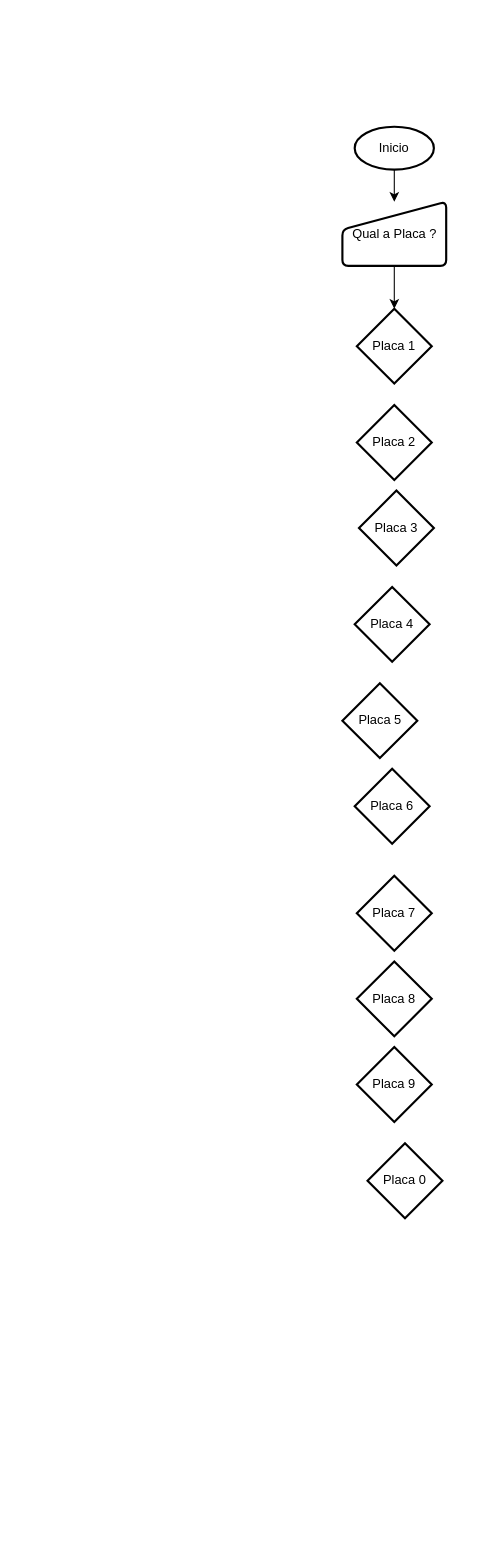
Before: Diagrama sem nome.drawio in ersafra/EadetecDS2023, a draw.io diagram. Source tidied: cells renumbered, new cells numbered last; positions are measured from the earlier drawing's top-left corner, leaving out a move shared by most shapes. Both pictures are drawn from the tidied source at 107%, with x=0, y=0 at pixel (341, 126).
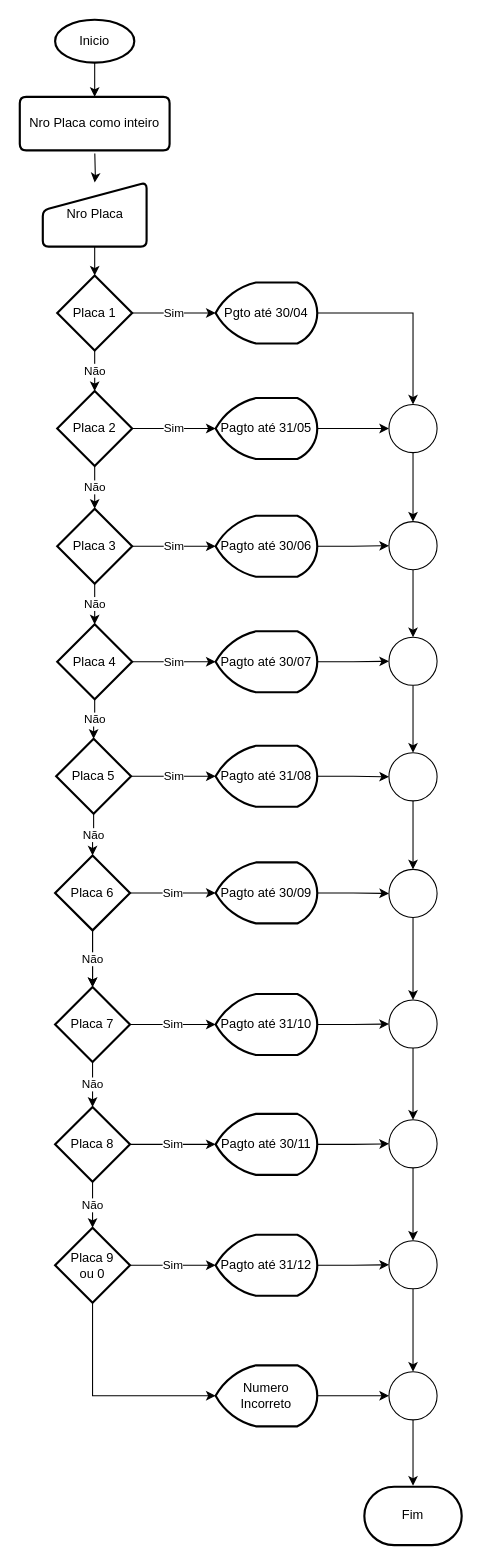
The same page after the edit.

The edit, as a diff of the source:
```diff
@@
-    <mxCell id="2" style="edgeStyle=orthogonalEdgeStyle;rounded=0;jettySize=auto;html=1;" parent="1" edge="1" source="3" target="5">
-      <mxGeometry relative="1" as="geometry" />
-    </mxCell>
+    <mxCell id="16" style="edgeStyle=orthogonalEdgeStyle;rounded=0;jettySize=auto;html=1;" parent="1" edge="1" source="3" target="75">
+      <mxGeometry relative="1" as="geometry" />
+    </mxCell>
     <mxCell id="3" value="Inicio" style="strokeWidth=2;html=1;shape=mxgraph.flowchart.start_1;whiteSpace=wrap;" parent="1" vertex="1">
-      <mxGeometry x="12" width="74" height="40" as="geometry" />
+      <mxGeometry x="-268" y="-100" width="74" height="40" as="geometry" />
     </mxCell>
@@
-    <mxCell id="5" value="Qual a Placa ?" style="html=1;strokeWidth=2;shape=manualInput;whiteSpace=wrap;rounded=1;size=26;arcSize=11;" parent="1" vertex="1">
-      <mxGeometry x="0.5" y="70" width="97" height="60" as="geometry" />
+    <mxCell id="5" value="Nro Placa" style="html=1;strokeWidth=2;shape=manualInput;whiteSpace=wrap;rounded=1;size=26;arcSize=11;" parent="1" vertex="1">
+      <mxGeometry x="-279.5" y="52" width="97" height="60" as="geometry" />
     </mxCell>
+    <mxCell id="17" value="Não" style="edgeStyle=orthogonalEdgeStyle;rounded=0;jettySize=auto;html=1;" parent="1" edge="1" source="7" target="8">
+      <mxGeometry relative="1" as="geometry" />
+    </mxCell>
+    <mxCell id="18" value="Sim" style="edgeStyle=orthogonalEdgeStyle;rounded=0;jettySize=auto;html=1;" parent="1" edge="1" source="6" target="37">
+      <mxGeometry relative="1" as="geometry" />
+    </mxCell>
     <mxCell id="6" value="Placa 1" style="strokeWidth=2;html=1;shape=mxgraph.flowchart.decision;whiteSpace=wrap;" parent="1" vertex="1">
-      <mxGeometry x="14" y="170" width="70" height="70" as="geometry" />
+      <mxGeometry x="-266" y="139" width="70" height="70" as="geometry" />
     </mxCell>
+    <mxCell id="19" value="Não" style="edgeStyle=orthogonalEdgeStyle;rounded=0;jettySize=auto;html=1;" parent="1" edge="1" source="8" target="9">
+      <mxGeometry relative="1" as="geometry" />
+    </mxCell>
+    <mxCell id="20" value="Sim" style="edgeStyle=orthogonalEdgeStyle;rounded=0;jettySize=auto;html=1;" parent="1" edge="1" source="8" target="51">
+      <mxGeometry relative="1" as="geometry" />
+    </mxCell>
+    <mxCell id="8" value="Placa 3" style="strokeWidth=2;html=1;shape=mxgraph.flowchart.decision;whiteSpace=wrap;" parent="1" vertex="1">
+      <mxGeometry x="-266" y="357" width="70" height="70" as="geometry" />
+    </mxCell>
+    <mxCell id="21" value="Não" style="edgeStyle=orthogonalEdgeStyle;rounded=0;jettySize=auto;html=1;" parent="1" edge="1" source="9" target="10">
+      <mxGeometry relative="1" as="geometry" />
+    </mxCell>
+    <mxCell id="22" value="Sim" style="edgeStyle=orthogonalEdgeStyle;rounded=0;jettySize=auto;html=1;" parent="1" edge="1" source="9" target="53">
+      <mxGeometry relative="1" as="geometry" />
+    </mxCell>
+    <mxCell id="9" value="Placa 4" style="strokeWidth=2;html=1;shape=mxgraph.flowchart.decision;whiteSpace=wrap;" parent="1" vertex="1">
+      <mxGeometry x="-266" y="465" width="70" height="70" as="geometry" />
+    </mxCell>
+    <mxCell id="23" style="edgeStyle=orthogonalEdgeStyle;rounded=0;jettySize=auto;html=1;" parent="1" edge="1" source="11" target="12">
+      <mxGeometry relative="1" as="geometry" />
+    </mxCell>
+    <mxCell id="24" value="Sim" style="edgeStyle=orthogonalEdgeStyle;rounded=0;jettySize=auto;html=1;" parent="1" edge="1" source="10" target="55">
+      <mxGeometry relative="1" as="geometry" />
+    </mxCell>
+    <mxCell id="10" value="Placa 5" style="strokeWidth=2;html=1;shape=mxgraph.flowchart.decision;whiteSpace=wrap;" parent="1" vertex="1">
+      <mxGeometry x="-267" y="572" width="70" height="70" as="geometry" />
+    </mxCell>
+    <mxCell id="25" value="Não" style="edgeStyle=orthogonalEdgeStyle;rounded=0;jettySize=auto;html=1;" parent="1" edge="1" source="12" target="13">
+      <mxGeometry relative="1" as="geometry" />
+    </mxCell>
+    <mxCell id="26" value="Não" style="edgeStyle=orthogonalEdgeStyle;rounded=0;jettySize=auto;html=1;" parent="1" edge="1" source="13" target="14">
+      <mxGeometry relative="1" as="geometry" />
+    </mxCell>
+    <mxCell id="27" value="Sim" style="edgeStyle=orthogonalEdgeStyle;rounded=0;jettySize=auto;html=1;" parent="1" edge="1" source="13" target="43">
+      <mxGeometry relative="1" as="geometry" />
+    </mxCell>
+    <mxCell id="13" value="Placa 8" style="strokeWidth=2;html=1;shape=mxgraph.flowchart.decision;whiteSpace=wrap;" parent="1" vertex="1">
+      <mxGeometry x="-268" y="916" width="70" height="70" as="geometry" />
+    </mxCell>
+    <mxCell id="28" value="Não" style="edgeStyle=orthogonalEdgeStyle;rounded=0;jettySize=auto;html=1;" parent="1" edge="1" source="6" target="7">
+      <mxGeometry relative="1" as="geometry" />
+    </mxCell>
+    <mxCell id="29" value="Sim" style="edgeStyle=orthogonalEdgeStyle;rounded=0;jettySize=auto;html=1;" parent="1" edge="1" source="7" target="49">
+      <mxGeometry relative="1" as="geometry" />
+    </mxCell>
     <mxCell id="7" value="Placa 2" style="strokeWidth=2;html=1;shape=mxgraph.flowchart.decision;whiteSpace=wrap;" parent="1" vertex="1">
-      <mxGeometry x="14" y="260" width="70" height="70" as="geometry" />
+      <mxGeometry x="-266" y="247" width="70" height="70" as="geometry" />
     </mxCell>
-    <mxCell id="8" value="Placa 3" style="strokeWidth=2;html=1;shape=mxgraph.flowchart.decision;whiteSpace=wrap;" parent="1" vertex="1">
-      <mxGeometry x="16" y="340" width="70" height="70" as="geometry" />
-    </mxCell>
-    <mxCell id="9" value="Placa 4" style="strokeWidth=2;html=1;shape=mxgraph.flowchart.decision;whiteSpace=wrap;" parent="1" vertex="1">
-      <mxGeometry x="12" y="430" width="70" height="70" as="geometry" />
-    </mxCell>
-    <mxCell id="10" value="Placa 5" style="strokeWidth=2;html=1;shape=mxgraph.flowchart.decision;whiteSpace=wrap;" parent="1" vertex="1">
-      <mxGeometry x="0.5" y="520" width="70" height="70" as="geometry" />
-    </mxCell>
+    <mxCell id="30" value="Sim" style="edgeStyle=orthogonalEdgeStyle;rounded=0;jettySize=auto;html=1;" parent="1" edge="1" source="14" target="41">
+      <mxGeometry relative="1" as="geometry" />
+    </mxCell>
+    <mxCell id="31" style="edgeStyle=orthogonalEdgeStyle;rounded=0;jettySize=auto;html=1;entryX=0;entryY=0.5;entryDx=0;entryDy=0;entryPerimeter=0;exitX=0.5;exitY=1;exitDx=0;exitDy=0;exitPerimeter=0;" parent="1" edge="1" source="14" target="39">
+      <mxGeometry relative="1" as="geometry" />
+    </mxCell>
+    <mxCell id="14" value="Placa 9&lt;br&gt;ou 0" style="strokeWidth=2;html=1;shape=mxgraph.flowchart.decision;whiteSpace=wrap;" parent="1" vertex="1">
+      <mxGeometry x="-268" y="1029" width="70" height="70" as="geometry" />
+    </mxCell>
+    <mxCell id="32" value="Não" style="edgeStyle=orthogonalEdgeStyle;rounded=0;jettySize=auto;html=1;" parent="1" edge="1" source="11" target="12">
+      <mxGeometry relative="1" as="geometry" />
+    </mxCell>
+    <mxCell id="33" value="Sim" style="edgeStyle=orthogonalEdgeStyle;rounded=0;jettySize=auto;html=1;" parent="1" edge="1" source="12" target="45">
+      <mxGeometry relative="1" as="geometry" />
+    </mxCell>
+    <mxCell id="12" value="Placa 7" style="strokeWidth=2;html=1;shape=mxgraph.flowchart.decision;whiteSpace=wrap;" parent="1" vertex="1">
+      <mxGeometry x="-268" y="804" width="70" height="70" as="geometry" />
+    </mxCell>
+    <mxCell id="34" value="Não" style="edgeStyle=orthogonalEdgeStyle;rounded=0;jettySize=auto;html=1;" parent="1" edge="1" source="10" target="11">
+      <mxGeometry relative="1" as="geometry" />
+    </mxCell>
+    <mxCell id="35" value="Sim" style="edgeStyle=orthogonalEdgeStyle;rounded=0;jettySize=auto;html=1;" parent="1" edge="1" source="11" target="47">
+      <mxGeometry relative="1" as="geometry" />
+    </mxCell>
     <mxCell id="11" value="Placa 6" style="strokeWidth=2;html=1;shape=mxgraph.flowchart.decision;whiteSpace=wrap;" parent="1" vertex="1">
-      <mxGeometry x="12" y="600" width="70" height="70" as="geometry" />
+      <mxGeometry x="-268" y="681" width="70" height="70" as="geometry" />
     </mxCell>
-    <mxCell id="12" value="Placa 7" style="strokeWidth=2;html=1;shape=mxgraph.flowchart.decision;whiteSpace=wrap;" parent="1" vertex="1">
-      <mxGeometry x="14" y="700" width="70" height="70" as="geometry" />
-    </mxCell>
-    <mxCell id="13" value="Placa 8" style="strokeWidth=2;html=1;shape=mxgraph.flowchart.decision;whiteSpace=wrap;" parent="1" vertex="1">
-      <mxGeometry x="14" y="780" width="70" height="70" as="geometry" />
-    </mxCell>
-    <mxCell id="14" value="Placa 9" style="strokeWidth=2;html=1;shape=mxgraph.flowchart.decision;whiteSpace=wrap;" parent="1" vertex="1">
-      <mxGeometry x="14" y="860" width="70" height="70" as="geometry" />
-    </mxCell>
-    <mxCell id="15" value="Placa 0" style="strokeWidth=2;html=1;shape=mxgraph.flowchart.decision;whiteSpace=wrap;" parent="1" vertex="1">
-      <mxGeometry x="24" y="950" width="70" height="70" as="geometry" />
-    </mxCell>
+    <mxCell id="36" style="edgeStyle=orthogonalEdgeStyle;rounded=0;jettySize=auto;html=1;" parent="1" edge="1" source="37" target="57">
+      <mxGeometry relative="1" as="geometry" />
+    </mxCell>
+    <mxCell id="37" value="Pgto até 30/04" style="strokeWidth=2;html=1;shape=mxgraph.flowchart.display;whiteSpace=wrap;" parent="1" vertex="1">
+      <mxGeometry x="-118" y="145.5" width="95" height="57" as="geometry" />
+    </mxCell>
+    <mxCell id="38" style="edgeStyle=orthogonalEdgeStyle;rounded=0;jettySize=auto;html=1;" parent="1" edge="1" source="39" target="73">
+      <mxGeometry relative="1" as="geometry" />
+    </mxCell>
+    <mxCell id="39" value="Numero Incorreto" style="strokeWidth=2;html=1;shape=mxgraph.flowchart.display;whiteSpace=wrap;" parent="1" vertex="1">
+      <mxGeometry x="-118" y="1157.5" width="95" height="57" as="geometry" />
+    </mxCell>
+    <mxCell id="40" style="edgeStyle=orthogonalEdgeStyle;rounded=0;jettySize=auto;html=1;" parent="1" edge="1" source="41" target="71">
+      <mxGeometry relative="1" as="geometry" />
+    </mxCell>
+    <mxCell id="41" value="Pagto até 31/12" style="strokeWidth=2;html=1;shape=mxgraph.flowchart.display;whiteSpace=wrap;" parent="1" vertex="1">
+      <mxGeometry x="-118" y="1035.5" width="95" height="57" as="geometry" />
+    </mxCell>
+    <mxCell id="42" style="edgeStyle=orthogonalEdgeStyle;rounded=0;jettySize=auto;html=1;" parent="1" edge="1" source="43" target="69">
+      <mxGeometry relative="1" as="geometry" />
+    </mxCell>
+    <mxCell id="43" value="Pagto até 30/11" style="strokeWidth=2;html=1;shape=mxgraph.flowchart.display;whiteSpace=wrap;" parent="1" vertex="1">
+      <mxGeometry x="-118" y="922.5" width="95" height="57" as="geometry" />
+    </mxCell>
+    <mxCell id="44" style="edgeStyle=orthogonalEdgeStyle;rounded=0;jettySize=auto;html=1;" parent="1" edge="1" source="45" target="67">
+      <mxGeometry relative="1" as="geometry" />
+    </mxCell>
+    <mxCell id="45" value="Pagto até 31/10" style="strokeWidth=2;html=1;shape=mxgraph.flowchart.display;whiteSpace=wrap;" parent="1" vertex="1">
+      <mxGeometry x="-118" y="810.5" width="95" height="57" as="geometry" />
+    </mxCell>
+    <mxCell id="46" style="edgeStyle=orthogonalEdgeStyle;rounded=0;jettySize=auto;html=1;" parent="1" edge="1" source="47" target="65">
+      <mxGeometry relative="1" as="geometry" />
+    </mxCell>
+    <mxCell id="47" value="Pagto até 30/09" style="strokeWidth=2;html=1;shape=mxgraph.flowchart.display;whiteSpace=wrap;" parent="1" vertex="1">
+      <mxGeometry x="-118" y="687.5" width="95" height="57" as="geometry" />
+    </mxCell>
+    <mxCell id="48" style="edgeStyle=orthogonalEdgeStyle;rounded=0;jettySize=auto;html=1;" parent="1" edge="1" source="49" target="57">
+      <mxGeometry relative="1" as="geometry" />
+    </mxCell>
+    <mxCell id="49" value="Pagto até 31/05" style="strokeWidth=2;html=1;shape=mxgraph.flowchart.display;whiteSpace=wrap;" parent="1" vertex="1">
+      <mxGeometry x="-118" y="253.5" width="95" height="57" as="geometry" />
+    </mxCell>
+    <mxCell id="50" style="edgeStyle=orthogonalEdgeStyle;rounded=0;jettySize=auto;html=1;" parent="1" edge="1" source="51" target="59">
+      <mxGeometry relative="1" as="geometry" />
+    </mxCell>
+    <mxCell id="51" value="Pagto até 30/06" style="strokeWidth=2;html=1;shape=mxgraph.flowchart.display;whiteSpace=wrap;" parent="1" vertex="1">
+      <mxGeometry x="-118" y="363.5" width="95" height="57" as="geometry" />
+    </mxCell>
+    <mxCell id="52" style="edgeStyle=orthogonalEdgeStyle;rounded=0;jettySize=auto;html=1;" parent="1" edge="1" source="53" target="61">
+      <mxGeometry relative="1" as="geometry" />
+    </mxCell>
+    <mxCell id="53" value="Pagto até 30/07" style="strokeWidth=2;html=1;shape=mxgraph.flowchart.display;whiteSpace=wrap;" parent="1" vertex="1">
+      <mxGeometry x="-118" y="471.5" width="95" height="57" as="geometry" />
+    </mxCell>
+    <mxCell id="54" style="edgeStyle=orthogonalEdgeStyle;rounded=0;jettySize=auto;html=1;" parent="1" edge="1" source="55" target="63">
+      <mxGeometry relative="1" as="geometry" />
+    </mxCell>
+    <mxCell id="55" value="Pagto até 31/08" style="strokeWidth=2;html=1;shape=mxgraph.flowchart.display;whiteSpace=wrap;" parent="1" vertex="1">
+      <mxGeometry x="-118" y="578.5" width="95" height="57" as="geometry" />
+    </mxCell>
+    <mxCell id="56" style="edgeStyle=orthogonalEdgeStyle;rounded=0;jettySize=auto;html=1;" parent="1" edge="1" source="57" target="59">
+      <mxGeometry relative="1" as="geometry" />
+    </mxCell>
+    <mxCell id="57" style="verticalLabelPosition=bottom;verticalAlign=top;html=1;shape=mxgraph.flowchart.on-page_reference;" parent="1" vertex="1">
+      <mxGeometry x="44" y="259.5" width="45" height="45" as="geometry" />
+    </mxCell>
+    <mxCell id="58" style="edgeStyle=orthogonalEdgeStyle;rounded=0;jettySize=auto;html=1;" parent="1" edge="1" source="59" target="61">
+      <mxGeometry relative="1" as="geometry" />
+    </mxCell>
+    <mxCell id="59" style="verticalLabelPosition=bottom;verticalAlign=top;html=1;shape=mxgraph.flowchart.on-page_reference;" parent="1" vertex="1">
+      <mxGeometry x="44" y="369" width="45" height="45" as="geometry" />
+    </mxCell>
+    <mxCell id="60" style="edgeStyle=orthogonalEdgeStyle;rounded=0;jettySize=auto;html=1;" parent="1" edge="1" source="61" target="63">
+      <mxGeometry relative="1" as="geometry" />
+    </mxCell>
+    <mxCell id="61" style="verticalLabelPosition=bottom;verticalAlign=top;html=1;shape=mxgraph.flowchart.on-page_reference;" parent="1" vertex="1">
+      <mxGeometry x="44" y="477" width="45" height="45" as="geometry" />
+    </mxCell>
+    <mxCell id="62" style="edgeStyle=orthogonalEdgeStyle;rounded=0;jettySize=auto;html=1;" parent="1" edge="1" source="63" target="65">
+      <mxGeometry relative="1" as="geometry" />
+    </mxCell>
+    <mxCell id="63" style="verticalLabelPosition=bottom;verticalAlign=top;html=1;shape=mxgraph.flowchart.on-page_reference;" parent="1" vertex="1">
+      <mxGeometry x="44" y="585" width="45" height="45" as="geometry" />
+    </mxCell>
+    <mxCell id="64" style="edgeStyle=orthogonalEdgeStyle;rounded=0;jettySize=auto;html=1;" parent="1" edge="1" source="65" target="67">
+      <mxGeometry relative="1" as="geometry" />
+    </mxCell>
+    <mxCell id="65" style="verticalLabelPosition=bottom;verticalAlign=top;html=1;shape=mxgraph.flowchart.on-page_reference;" parent="1" vertex="1">
+      <mxGeometry x="44" y="694" width="45" height="45" as="geometry" />
+    </mxCell>
+    <mxCell id="66" style="edgeStyle=orthogonalEdgeStyle;rounded=0;jettySize=auto;html=1;" parent="1" edge="1" source="67" target="69">
+      <mxGeometry relative="1" as="geometry" />
+    </mxCell>
+    <mxCell id="67" style="verticalLabelPosition=bottom;verticalAlign=top;html=1;shape=mxgraph.flowchart.on-page_reference;" parent="1" vertex="1">
+      <mxGeometry x="44" y="816" width="45" height="45" as="geometry" />
+    </mxCell>
+    <mxCell id="68" style="edgeStyle=orthogonalEdgeStyle;rounded=0;jettySize=auto;html=1;" parent="1" edge="1" source="69" target="71">
+      <mxGeometry relative="1" as="geometry" />
+    </mxCell>
+    <mxCell id="69" style="verticalLabelPosition=bottom;verticalAlign=top;html=1;shape=mxgraph.flowchart.on-page_reference;" parent="1" vertex="1">
+      <mxGeometry x="44" y="928" width="45" height="45" as="geometry" />
+    </mxCell>
+    <mxCell id="70" style="edgeStyle=orthogonalEdgeStyle;rounded=0;jettySize=auto;html=1;" parent="1" edge="1" source="71" target="73">
+      <mxGeometry relative="1" as="geometry" />
+    </mxCell>
+    <mxCell id="71" style="verticalLabelPosition=bottom;verticalAlign=top;html=1;shape=mxgraph.flowchart.on-page_reference;" parent="1" vertex="1">
+      <mxGeometry x="44" y="1041" width="45" height="45" as="geometry" />
+    </mxCell>
+    <mxCell id="72" style="edgeStyle=orthogonalEdgeStyle;rounded=0;jettySize=auto;html=1;" parent="1" edge="1" source="73">
+      <mxGeometry relative="1" as="geometry">
+        <mxPoint x="66.5" y="1270" as="targetPoint" />
+      </mxGeometry>
+    </mxCell>
+    <mxCell id="73" style="verticalLabelPosition=bottom;verticalAlign=top;html=1;shape=mxgraph.flowchart.on-page_reference;" parent="1" vertex="1">
+      <mxGeometry x="44" y="1163.5" width="45" height="45" as="geometry" />
+    </mxCell>
+    <mxCell id="74" style="edgeStyle=orthogonalEdgeStyle;rounded=0;jettySize=auto;html=1;" parent="1" edge="1" target="5">
+      <mxGeometry relative="1" as="geometry">
+        <mxPoint x="-230.9" y="25" as="sourcePoint" />
+      </mxGeometry>
+    </mxCell>
+    <mxCell id="75" value="Nro Placa como inteiro" style="shape=parallelogram;html=1;strokeWidth=2;perimeter=parallelogramPerimeter;whiteSpace=wrap;rounded=1;arcSize=12;size=0;" parent="1" vertex="1">
+      <mxGeometry x="-301" y="-28" width="140" height="50" as="geometry" />
+    </mxCell>
+    <mxCell id="76" value="Fim" style="strokeWidth=2;html=1;shape=mxgraph.flowchart.terminator;whiteSpace=wrap;" parent="1" vertex="1">
+      <mxGeometry x="21" y="1271" width="91" height="54.6" as="geometry" />
+    </mxCell>
```
